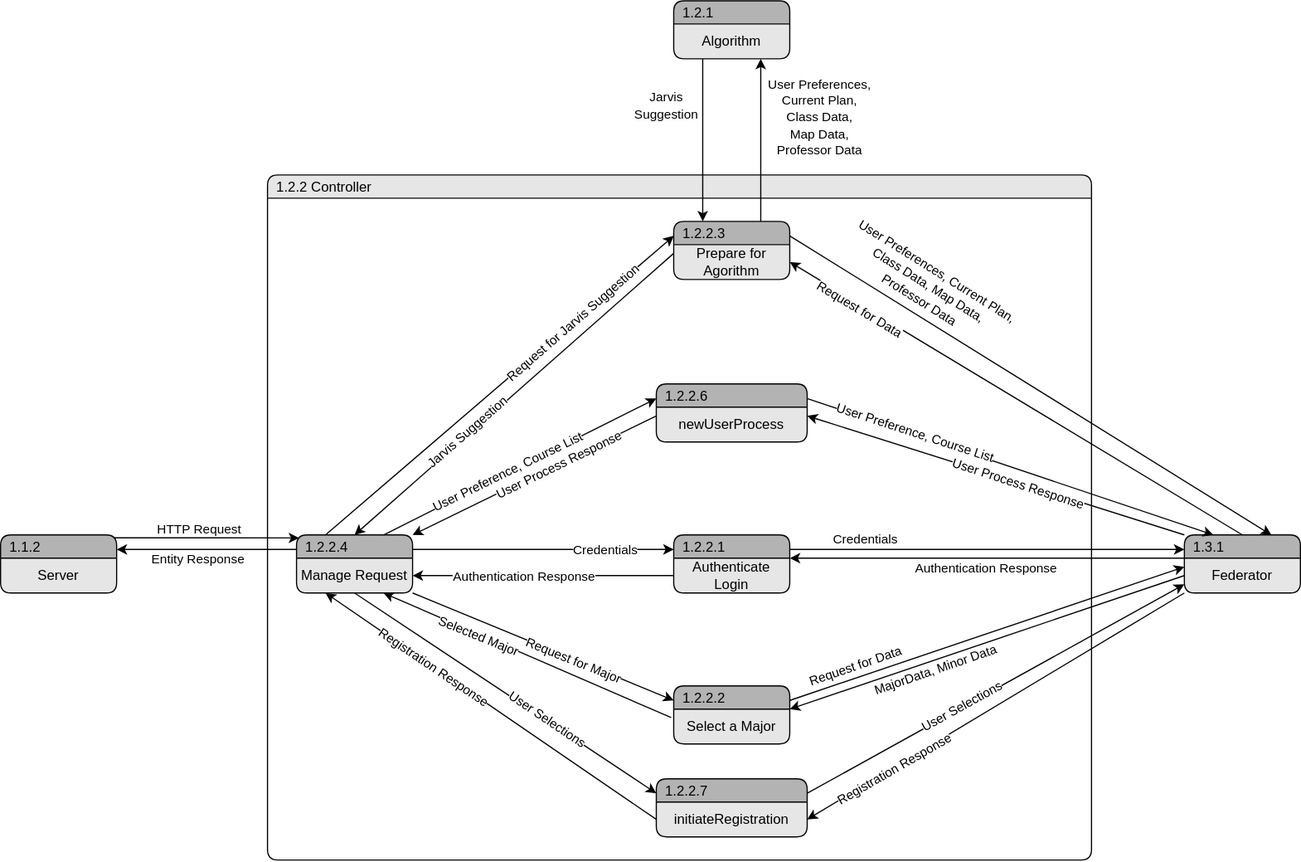
This is Logic/TeamTwoFiles/1.2.2ControllerDataFlowDiagram.svg from MckennahPalmer/CSE430, a draw.io export, as it was before one commit. Source tidied: cells renumbered, new cells last; positions are measured from the earlier drawing's top-left corner, leaving out a move shared by most shapes.
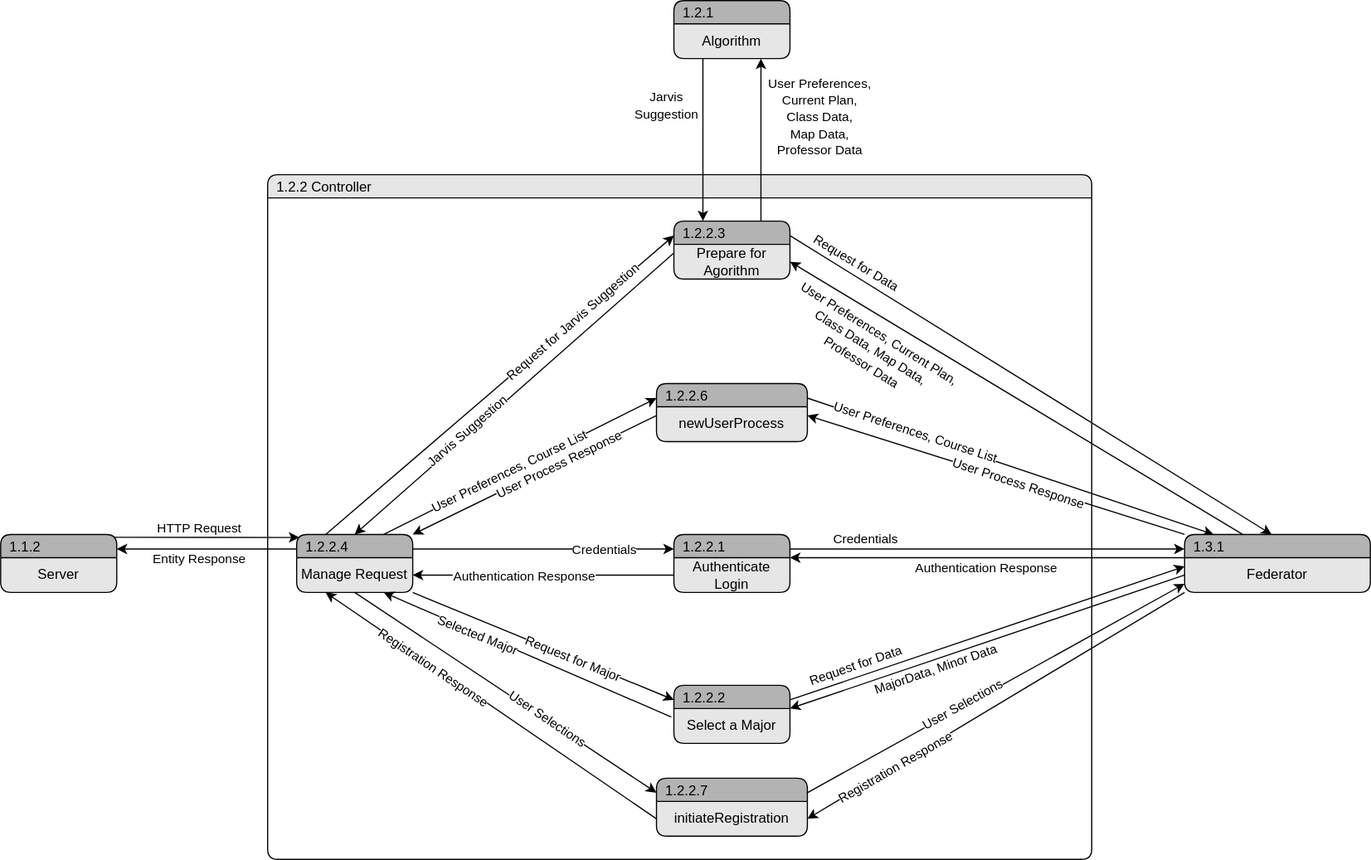
Later version of the same file.

Commit message:
Fixed a backwards arrow.

Change to the diagram source:
```diff
@@ -41,12 +41,6 @@
     <mxCell id="14" value="Algorithm" style="text;html=1;strokeColor=none;fillColor=none;align=center;verticalAlign=middle;whiteSpace=wrap;rounded=0;fontSize=12;fontFamily=Helvetica;fontColor=default;" parent="13" vertex="1">
       <mxGeometry y="20" width="100" height="30" as="geometry" />
     </mxCell>
-    <mxCell id="15" value="1.3.1" style="swimlane;fontStyle=0;horizontal=1;startSize=20;fillColor=#B3B3B3;swimlaneFillColor=#E6E6E6;rounded=1;strokeColor=default;align=left;verticalAlign=middle;fontFamily=Helvetica;fontSize=12;fontColor=default;spacingLeft=6;shadow=0;" parent="1" vertex="1">
-      <mxGeometry x="1020" y="460" width="100" height="50" as="geometry" />
-    </mxCell>
-    <mxCell id="16" value="Federator" style="text;html=1;strokeColor=none;fillColor=none;align=center;verticalAlign=middle;whiteSpace=wrap;rounded=0;fontSize=12;fontFamily=Helvetica;fontColor=default;" parent="15" vertex="1">
-      <mxGeometry y="20" width="100" height="30" as="geometry" />
-    </mxCell>
     <mxCell id="17" style="endArrow=classic;html=1;rounded=0;exitX=0.977;exitY=0.049;exitDx=0;exitDy=0;entryX=0.023;entryY=0.052;entryDx=0;entryDy=0;entryPerimeter=0;exitPerimeter=0;" parent="1" edge="1" source="3" target="5">
       <mxGeometry relative="1" as="geometry" />
     </mxCell>
@@ -105,41 +99,53 @@
     <mxCell id="32" style="endArrow=classic;html=1;rounded=0;entryX=0.75;entryY=1;entryDx=0;entryDy=0;exitX=0.75;exitY=0;exitDx=0;exitDy=0;" parent="1" edge="1" source="9" target="14">
       <mxGeometry relative="1" as="geometry" />
     </mxCell>
-    <mxCell id="33" style="endArrow=classic;html=1;rounded=0;entryX=0.75;entryY=0;entryDx=0;entryDy=0;exitX=1;exitY=0.25;exitDx=0;exitDy=0;" parent="1" edge="1" source="9" target="15">
-      <mxGeometry relative="1" as="geometry" />
+    <mxCell id="33" style="endArrow=classic;html=1;rounded=0;entryX=0.75;entryY=0;entryDx=0;entryDy=0;exitX=1;exitY=0.25;exitDx=0;exitDy=0;" parent="1" edge="1" source="9">
+      <mxGeometry relative="1" as="geometry">
+        <mxPoint x="1095" y="460" as="targetPoint" />
+      </mxGeometry>
     </mxCell>
-    <mxCell id="34" style="endArrow=classic;html=1;rounded=0;exitX=0.5;exitY=0;exitDx=0;exitDy=0;entryX=1;entryY=0.5;entryDx=0;entryDy=0;" parent="1" edge="1" source="15" target="10">
-      <mxGeometry relative="1" as="geometry" />
+    <mxCell id="34" style="endArrow=classic;html=1;rounded=0;exitX=0.5;exitY=0;exitDx=0;exitDy=0;entryX=1;entryY=0.5;entryDx=0;entryDy=0;" parent="1" edge="1" target="10">
+      <mxGeometry relative="1" as="geometry">
+        <mxPoint x="1070" y="460" as="sourcePoint" />
+      </mxGeometry>
     </mxCell>
     <mxCell id="35" value="Request for Data" style="edgeLabel;html=1;align=center;verticalAlign=middle;rotation=31;" parent="34" vertex="1">
       <mxGeometry x="-0.4" y="-1" relative="1" as="geometry">
-        <mxPoint x="-213" y="-123" as="offset" />
+        <mxPoint x="-216" y="-163" as="offset" />
       </mxGeometry>
     </mxCell>
-    <mxCell id="36" style="endArrow=classic;html=1;rounded=0;exitX=1;exitY=0.25;exitDx=0;exitDy=0;entryX=0;entryY=0.25;entryDx=0;entryDy=0;" parent="1" edge="1" source="11" target="15">
-      <mxGeometry relative="1" as="geometry" />
+    <mxCell id="36" style="endArrow=classic;html=1;rounded=0;exitX=1;exitY=0.25;exitDx=0;exitDy=0;entryX=0;entryY=0.25;entryDx=0;entryDy=0;" parent="1" edge="1" source="11">
+      <mxGeometry relative="1" as="geometry">
+        <mxPoint x="1020" y="472.5" as="targetPoint" />
+      </mxGeometry>
     </mxCell>
     <mxCell id="37" value="Credentials" style="edgeLabel;html=1;align=center;verticalAlign=middle;" parent="36" vertex="1">
       <mxGeometry x="-0.76" y="-1" relative="1" as="geometry">
         <mxPoint x="23" y="-10" as="offset" />
       </mxGeometry>
     </mxCell>
-    <mxCell id="38" style="endArrow=classic;html=1;rounded=0;entryX=1;entryY=0;entryDx=0;entryDy=0;exitX=0;exitY=0;exitDx=0;exitDy=0;" parent="1" edge="1" source="16" target="12">
-      <mxGeometry relative="1" as="geometry" />
+    <mxCell id="38" style="endArrow=classic;html=1;rounded=0;entryX=1;entryY=0;entryDx=0;entryDy=0;exitX=0;exitY=0;exitDx=0;exitDy=0;" parent="1" edge="1" target="12">
+      <mxGeometry relative="1" as="geometry">
+        <mxPoint x="1020" y="480" as="sourcePoint" />
+      </mxGeometry>
     </mxCell>
     <mxCell id="39" value="Authentication Response" style="edgeLabel;html=1;align=center;verticalAlign=middle;" parent="38" vertex="1">
       <mxGeometry x="0.01" y="-1" relative="1" as="geometry">
         <mxPoint y="9" as="offset" />
       </mxGeometry>
     </mxCell>
-    <mxCell id="40" style="endArrow=classic;html=1;rounded=0;exitX=1;exitY=0.25;exitDx=0;exitDy=0;entryX=0;entryY=0.25;entryDx=0;entryDy=0;" parent="1" edge="1" source="7" target="16">
-      <mxGeometry relative="1" as="geometry" />
+    <mxCell id="40" style="endArrow=classic;html=1;rounded=0;exitX=1;exitY=0.25;exitDx=0;exitDy=0;entryX=0;entryY=0.25;entryDx=0;entryDy=0;" parent="1" edge="1" source="7">
+      <mxGeometry relative="1" as="geometry">
+        <mxPoint x="1020" y="487.5" as="targetPoint" />
+      </mxGeometry>
     </mxCell>
-    <mxCell id="41" style="endArrow=classic;html=1;rounded=0;entryX=1;entryY=0;entryDx=0;entryDy=0;exitX=0;exitY=0.5;exitDx=0;exitDy=0;" parent="1" edge="1" source="16" target="8">
-      <mxGeometry relative="1" as="geometry" />
+    <mxCell id="41" style="endArrow=classic;html=1;rounded=0;entryX=1;entryY=0;entryDx=0;entryDy=0;exitX=0;exitY=0.5;exitDx=0;exitDy=0;" parent="1" edge="1" target="8">
+      <mxGeometry relative="1" as="geometry">
+        <mxPoint x="1020" y="495" as="sourcePoint" />
+      </mxGeometry>
     </mxCell>
     <mxCell id="42" value="&lt;font style=&quot;font-size: 11px;&quot;&gt;User Preferences, Current Plan, Class Data, Map Data, Professor Data&lt;/font&gt;" style="text;html=1;align=center;verticalAlign=middle;whiteSpace=wrap;rounded=0;rotation=32;" parent="1" vertex="1">
-      <mxGeometry x="720" y="220" width="159.5" height="50" as="geometry" />
+      <mxGeometry x="670" y="274" width="159.5" height="50" as="geometry" />
     </mxCell>
     <mxCell id="43" value="&lt;font style=&quot;font-size: 11px;&quot;&gt;Request for Data&lt;/font&gt;" style="text;html=1;align=center;verticalAlign=middle;whiteSpace=wrap;rounded=0;rotation=341;fontSize=11;" parent="1" vertex="1">
       <mxGeometry x="687" y="561" width="100" height="24" as="geometry" />
@@ -159,8 +165,10 @@
     <mxCell id="48" value="initiateRegistration" style="text;html=1;strokeColor=none;fillColor=none;align=center;verticalAlign=middle;whiteSpace=wrap;rounded=0;fontSize=12;fontFamily=Helvetica;fontColor=default;" parent="47" vertex="1">
       <mxGeometry y="20" width="130" height="30" as="geometry" />
     </mxCell>
-    <mxCell id="49" style="endArrow=classic;html=1;rounded=0;exitX=1;exitY=0.25;exitDx=0;exitDy=0;entryX=0;entryY=0.75;entryDx=0;entryDy=0;" parent="1" edge="1" source="47" target="16">
-      <mxGeometry relative="1" as="geometry" />
+    <mxCell id="49" style="endArrow=classic;html=1;rounded=0;exitX=1;exitY=0.25;exitDx=0;exitDy=0;entryX=0;entryY=0.75;entryDx=0;entryDy=0;" parent="1" edge="1" source="47">
+      <mxGeometry relative="1" as="geometry">
+        <mxPoint x="1020" y="502.5" as="targetPoint" />
+      </mxGeometry>
     </mxCell>
     <mxCell id="50" value="User Selections" style="edgeLabel;html=1;align=center;verticalAlign=middle;rotation=331;" parent="49" vertex="1">
       <mxGeometry x="-0.67" relative="1" as="geometry">
@@ -176,19 +184,23 @@
     <mxCell id="53" style="endArrow=classic;html=1;rounded=0;entryX=0;entryY=0.25;entryDx=0;entryDy=0;exitX=0.75;exitY=0;exitDx=0;exitDy=0;" parent="1" edge="1" source="5" target="51">
       <mxGeometry relative="1" as="geometry" />
     </mxCell>
-    <mxCell id="54" value="User Preference, Course List" style="edgeLabel;html=1;align=center;verticalAlign=middle;rotation=334;" parent="53" vertex="1">
+    <mxCell id="54" value="User Preferences, Course List" style="edgeLabel;html=1;align=center;verticalAlign=middle;rotation=334;" parent="53" vertex="1">
       <mxGeometry x="-0.09" y="1" relative="1" as="geometry" />
     </mxCell>
-    <mxCell id="55" style="endArrow=classic;html=1;rounded=0;entryX=0.25;entryY=0;entryDx=0;entryDy=0;exitX=1;exitY=0.25;exitDx=0;exitDy=0;" parent="1" edge="1" source="51" target="15">
-      <mxGeometry relative="1" as="geometry" />
+    <mxCell id="55" style="endArrow=classic;html=1;rounded=0;entryX=0.25;entryY=0;entryDx=0;entryDy=0;exitX=1;exitY=0.25;exitDx=0;exitDy=0;" parent="1" edge="1" source="51">
+      <mxGeometry relative="1" as="geometry">
+        <mxPoint x="1045" y="460" as="targetPoint" />
+      </mxGeometry>
     </mxCell>
-    <mxCell id="56" value="User Preference, Course List" style="edgeLabel;html=1;align=center;verticalAlign=middle;rotation=18;" parent="55" vertex="1">
+    <mxCell id="56" value="User Preferences, Course List" style="edgeLabel;html=1;align=center;verticalAlign=middle;rotation=18;" parent="55" vertex="1">
       <mxGeometry x="-0.61" relative="1" as="geometry">
         <mxPoint x="24" y="6" as="offset" />
       </mxGeometry>
     </mxCell>
-    <mxCell id="57" style="endArrow=classic;html=1;rounded=0;entryX=1;entryY=0.25;entryDx=0;entryDy=0;exitX=0;exitY=0;exitDx=0;exitDy=0;" parent="1" edge="1" source="15" target="52">
-      <mxGeometry relative="1" as="geometry" />
+    <mxCell id="57" style="endArrow=classic;html=1;rounded=0;entryX=1;entryY=0.25;entryDx=0;entryDy=0;exitX=0;exitY=0;exitDx=0;exitDy=0;" parent="1" edge="1" target="52">
+      <mxGeometry relative="1" as="geometry">
+        <mxPoint x="1020" y="460" as="sourcePoint" />
+      </mxGeometry>
     </mxCell>
     <mxCell id="58" value="User Process Response" style="edgeLabel;html=1;align=center;verticalAlign=middle;rotation=18;" parent="57" vertex="1">
       <mxGeometry x="0.23" y="1" relative="1" as="geometry">
@@ -225,13 +237,21 @@
     <mxCell id="66" value="Registration Response" style="edgeLabel;html=1;align=center;verticalAlign=middle;rotation=34;" parent="65" vertex="1">
       <mxGeometry x="0.35" relative="1" as="geometry" />
     </mxCell>
-    <mxCell id="67" style="endArrow=classic;html=1;rounded=0;entryX=1;entryY=0.5;entryDx=0;entryDy=0;exitX=0;exitY=1;exitDx=0;exitDy=0;" parent="1" edge="1" source="16" target="48">
-      <mxGeometry relative="1" as="geometry" />
+    <mxCell id="67" style="endArrow=classic;html=1;rounded=0;entryX=1;entryY=0.5;entryDx=0;entryDy=0;exitX=0;exitY=1;exitDx=0;exitDy=0;" parent="1" edge="1" target="48">
+      <mxGeometry relative="1" as="geometry">
+        <mxPoint x="1020" y="510" as="sourcePoint" />
+      </mxGeometry>
     </mxCell>
     <mxCell id="68" value="Registration Response" style="edgeLabel;html=1;align=center;verticalAlign=middle;rotation=330;" parent="67" vertex="1">
       <mxGeometry x="0.55" relative="1" as="geometry">
         <mxPoint x="2" as="offset" />
       </mxGeometry>
     </mxCell>
+    <mxCell id="15" value="1.3.1" style="swimlane;fontStyle=0;horizontal=1;startSize=20;fillColor=#B3B3B3;swimlaneFillColor=#E6E6E6;rounded=1;strokeColor=default;align=left;verticalAlign=middle;fontFamily=Helvetica;fontSize=12;fontColor=default;spacingLeft=6;shadow=0;" parent="1" vertex="1">
+      <mxGeometry x="1020" y="460" width="160" height="50" as="geometry" />
+    </mxCell>
+    <mxCell id="16" value="Federator" style="text;html=1;strokeColor=none;fillColor=none;align=center;verticalAlign=middle;whiteSpace=wrap;rounded=0;fontSize=12;fontFamily=Helvetica;fontColor=default;" parent="15" vertex="1">
+      <mxGeometry y="20" width="160" height="30" as="geometry" />
+    </mxCell>
   </root>
 </mxGraphModel>
```
